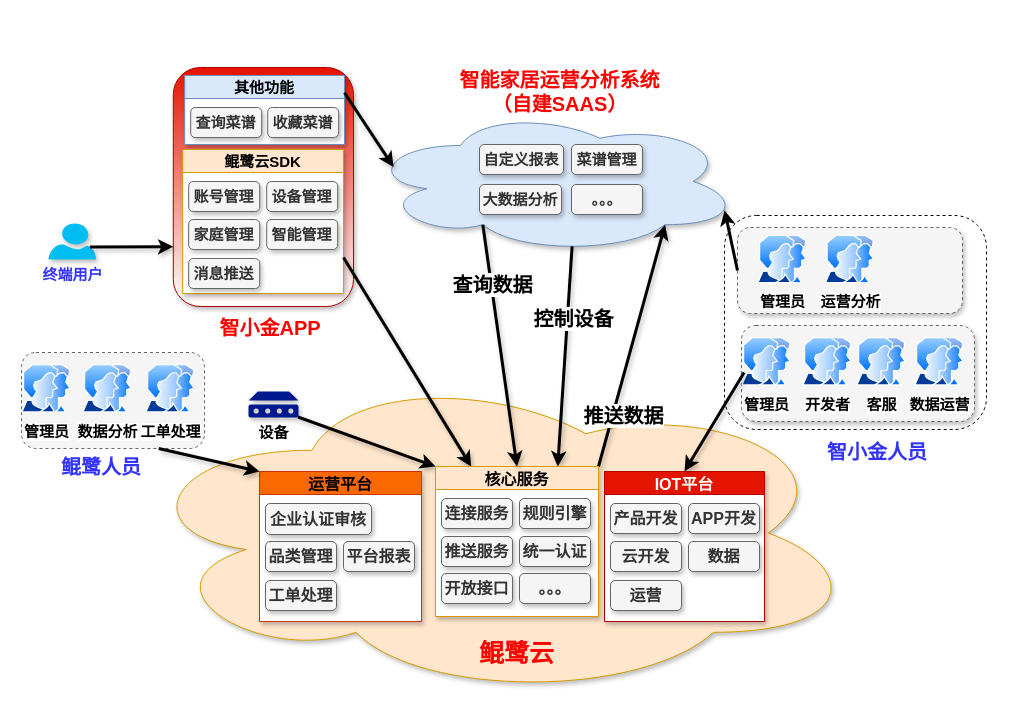
Before: all.drawio in jimmy0/chart, a draw.io diagram. Source tidied: cells renumbered, new cells numbered last; positions are measured from the earlier drawing's top-left corner, leaving out a move shared by most shapes. Both pictures are drawn from the tidied source at 100%, with x=0, y=0 at pixel (21, 67).
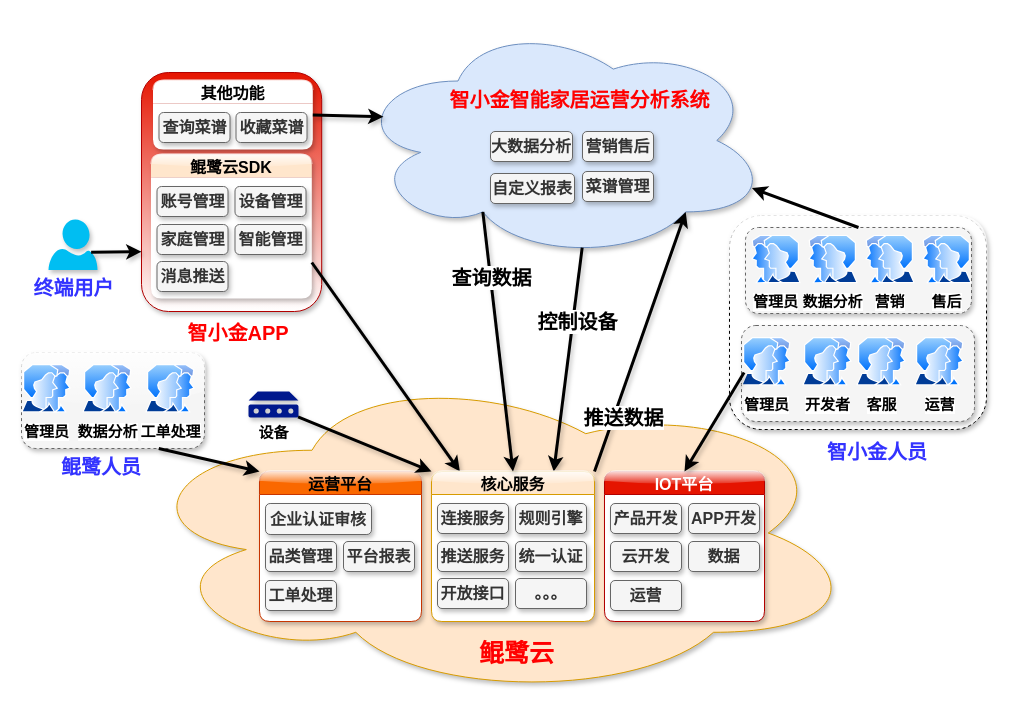
The same diagram, later.

What changed in the source:
```diff
@@
-    <mxCell id="2" style="rounded=1;whiteSpace=wrap;html=1;strokeWidth=1;dashed=1;fontSize=15;fontStyle=1;shadow=0;" parent="1" vertex="1">
-      <mxGeometry x="703" y="148" width="262" height="214" as="geometry" />
+    <mxCell id="2" style="rounded=1;whiteSpace=wrap;html=1;strokeWidth=1;dashed=1;fontSize=15;fontStyle=1;shadow=1;glass=1;" parent="1" vertex="1">
+      <mxGeometry x="708" y="148" width="257" height="214" as="geometry" />
     </mxCell>
@@
     <mxCell id="4" style="ellipse;shape=cloud;whiteSpace=wrap;html=1;rounded=1;glass=0;sketch=0;fontSize=27;fillColor=#dae8fc;strokeColor=#6c8ebf;shadow=1;fontStyle=1;" parent="1" vertex="1">
-      <mxGeometry x="346" y="42" width="372" height="144" as="geometry" />
+      <mxGeometry x="333" y="-46" width="414" height="238" as="geometry" />
     </mxCell>
     <mxCell id="5" value="智小金APP" style="text;html=1;strokeColor=none;fillColor=none;align=center;verticalAlign=middle;whiteSpace=wrap;rounded=0;shadow=1;fontSize=20;fontStyle=1;fontColor=#FF0000;" parent="1" vertex="1">
-      <mxGeometry x="180" y="250" width="138" height="20" as="geometry" />
+      <mxGeometry x="148.2" y="255" width="138" height="20" as="geometry" />
     </mxCell>
@@
     <mxCell id="8" style="rounded=1;whiteSpace=wrap;html=1;shadow=1;labelBackgroundColor=none;glass=0;sketch=0;fillColor=#e51400;strokeColor=#B20000;fontColor=#ffffff;gradientColor=#ffffff;fontSize=15;fontStyle=1;" parent="1" vertex="1">
-      <mxGeometry x="151.8" width="180.2" height="239" as="geometry" />
+      <mxGeometry x="120" y="5" width="180.2" height="239" as="geometry" />
     </mxCell>
-    <mxCell id="9" value="其他功能" style="swimlane;fontSize=15;fillColor=#dae8fc;strokeColor=#6c8ebf;swimlaneFillColor=#ffffff;fontStyle=1;shadow=1;" parent="1" vertex="1">
-      <mxGeometry x="163.2" y="8" width="159.8" height="69" as="geometry" />
+    <mxCell id="9" value="其他功能" style="swimlane;fontSize=16;swimlaneFillColor=#ffffff;fontStyle=1;shadow=1;rounded=1;strokeColor=none;glass=1;" parent="1" vertex="1">
+      <mxGeometry x="131.5" y="13" width="159.8" height="69" as="geometry" />
     </mxCell>
-    <mxCell id="10" value="查询菜谱" style="rounded=1;whiteSpace=wrap;html=1;fontSize=15;fontStyle=1;fillColor=#f5f5f5;strokeColor=#666666;fontColor=#333333;shadow=1;" parent="9" vertex="1">
+    <mxCell id="10" value="查询菜谱" style="rounded=1;whiteSpace=wrap;html=1;fontSize=16;fontStyle=1;fillColor=#f5f5f5;strokeColor=#666666;fontColor=#333333;shadow=1;" parent="9" vertex="1">
       <mxGeometry x="6" y="32" width="71" height="30" as="geometry" />
     </mxCell>
-    <mxCell id="11" value="收藏菜谱" style="rounded=1;whiteSpace=wrap;html=1;fontSize=15;fontStyle=1;fillColor=#f5f5f5;strokeColor=#666666;fontColor=#333333;shadow=1;" parent="9" vertex="1">
+    <mxCell id="11" value="收藏菜谱" style="rounded=1;whiteSpace=wrap;html=1;fontSize=16;fontStyle=1;fillColor=#f5f5f5;strokeColor=#666666;fontColor=#333333;shadow=1;" parent="9" vertex="1">
       <mxGeometry x="83" y="32" width="71" height="30" as="geometry" />
     </mxCell>
-    <mxCell id="12" value="鲲鹭云SDK" style="swimlane;fontSize=15;strokeColor=#d79b00;swimlaneFillColor=#ffffff;fillColor=#ffe6cc;fontStyle=1;shadow=1;" parent="1" vertex="1">
-      <mxGeometry x="161.2" y="82" width="160.8" height="144" as="geometry" />
+    <mxCell id="12" value="鲲鹭云SDK" style="swimlane;fontSize=16;swimlaneFillColor=#ffffff;fillColor=#ffe6cc;fontStyle=1;shadow=1;rounded=1;glass=1;sketch=0;strokeColor=none;" parent="1" vertex="1">
+      <mxGeometry x="129.5" y="87" width="160.8" height="144" as="geometry" />
     </mxCell>
-    <mxCell id="13" value="账号管理" style="rounded=1;whiteSpace=wrap;html=1;fontSize=15;fontStyle=1;fillColor=#f5f5f5;strokeColor=#666666;fontColor=#333333;shadow=1;" parent="12" vertex="1">
+    <mxCell id="13" value="账号管理" style="rounded=1;whiteSpace=wrap;html=1;fontSize=16;fontStyle=1;fillColor=#f5f5f5;strokeColor=#666666;fontColor=#333333;shadow=1;" parent="12" vertex="1">
       <mxGeometry x="6" y="32" width="71" height="30" as="geometry" />
     </mxCell>
-    <mxCell id="14" value="设备管理" style="rounded=1;whiteSpace=wrap;html=1;fontSize=15;fontStyle=1;fillColor=#f5f5f5;strokeColor=#666666;fontColor=#333333;shadow=1;" parent="12" vertex="1">
+    <mxCell id="14" value="设备管理" style="rounded=1;whiteSpace=wrap;html=1;fontSize=16;fontStyle=1;fillColor=#f5f5f5;strokeColor=#666666;fontColor=#333333;shadow=1;" parent="12" vertex="1">
       <mxGeometry x="84" y="32" width="71" height="30" as="geometry" />
     </mxCell>
-    <mxCell id="15" value="家庭管理" style="rounded=1;whiteSpace=wrap;html=1;fontSize=15;fontStyle=1;fillColor=#f5f5f5;strokeColor=#666666;fontColor=#333333;shadow=1;" parent="12" vertex="1">
+    <mxCell id="15" value="家庭管理" style="rounded=1;whiteSpace=wrap;html=1;fontSize=16;fontStyle=1;fillColor=#f5f5f5;strokeColor=#666666;fontColor=#333333;shadow=1;" parent="12" vertex="1">
       <mxGeometry x="6" y="70" width="71" height="30" as="geometry" />
     </mxCell>
-    <mxCell id="16" value="智能管理" style="rounded=1;whiteSpace=wrap;html=1;fontSize=15;fontStyle=1;fillColor=#f5f5f5;strokeColor=#666666;fontColor=#333333;shadow=1;" parent="12" vertex="1">
+    <mxCell id="16" value="智能管理" style="rounded=1;whiteSpace=wrap;html=1;fontSize=16;fontStyle=1;fillColor=#f5f5f5;strokeColor=#666666;fontColor=#333333;shadow=1;" parent="12" vertex="1">
       <mxGeometry x="84" y="70" width="71" height="30" as="geometry" />
     </mxCell>
-    <mxCell id="17" value="消息推送" style="rounded=1;whiteSpace=wrap;html=1;fontSize=15;fontStyle=1;fillColor=#f5f5f5;strokeColor=#666666;fontColor=#333333;shadow=1;" parent="12" vertex="1">
-      <mxGeometry x="6" y="109" width="71" height="30" as="geometry" />
+    <mxCell id="17" value="消息推送" style="rounded=1;whiteSpace=wrap;html=1;fontSize=16;fontStyle=1;fillColor=#f5f5f5;strokeColor=#666666;fontColor=#333333;shadow=1;" parent="12" vertex="1">
+      <mxGeometry x="6" y="107" width="71" height="30" as="geometry" />
     </mxCell>
@@
-    <mxCell id="21" value="终端用户" style="verticalLabelPosition=bottom;html=1;verticalAlign=top;align=center;strokeColor=none;fillColor=#00BEF2;shape=mxgraph.azure.user;fontSize=15;fontStyle=1;shadow=1;fontColor=#3333FF;" parent="1" vertex="1">
-      <mxGeometry x="27" y="156" width="47.5" height="36" as="geometry" />
+    <mxCell id="21" value="终端用户" style="verticalLabelPosition=bottom;html=1;verticalAlign=top;align=center;strokeColor=none;fillColor=#00BEF2;shape=mxgraph.azure.user;fontSize=20;fontStyle=1;shadow=1;fontColor=#3333FF;" parent="1" vertex="1">
+      <mxGeometry x="27" y="152" width="49" height="50.4" as="geometry" />
     </mxCell>
@@
-    <mxCell id="23" value="IOT平台" style="swimlane;fontSize=16;strokeColor=#B20000;swimlaneFillColor=#ffffff;fillColor=#e51400;fontColor=#ffffff;shadow=1;" parent="1" vertex="1">
+    <mxCell id="23" value="IOT平台" style="swimlane;fontSize=16;strokeColor=#B20000;swimlaneFillColor=#ffffff;fillColor=#e51400;fontColor=#ffffff;shadow=1;rounded=1;glass=1;" parent="1" vertex="1">
       <mxGeometry x="583" y="404" width="160" height="150" as="geometry" />
     </mxCell>
@@
-    <mxCell id="29" value="运营平台" style="swimlane;fontSize=16;strokeColor=#C73500;swimlaneFillColor=#ffffff;fillColor=#fa6800;fontColor=#000000;shadow=1;" parent="1" vertex="1">
+    <mxCell id="29" value="运营平台" style="swimlane;fontSize=16;strokeColor=#C73500;swimlaneFillColor=#ffffff;fillColor=#fa6800;fontColor=#000000;shadow=1;rounded=1;glass=1;" parent="1" vertex="1">
       <mxGeometry x="238" y="404" width="162" height="150" as="geometry" />
     </mxCell>
@@
-    <mxCell id="36" value="核心服务" style="swimlane;fontSize=16;strokeColor=#d79b00;swimlaneFillColor=#ffffff;fillColor=#ffe6cc;strokeWidth=1;shadow=1;" parent="1" vertex="1">
-      <mxGeometry x="414" y="399" width="163" height="150" as="geometry" />
+    <mxCell id="36" value="核心服务" style="swimlane;fontSize=16;strokeColor=#d79b00;swimlaneFillColor=#ffffff;fillColor=#ffe6cc;strokeWidth=1;shadow=1;rounded=1;glass=1;" parent="1" vertex="1">
+      <mxGeometry x="410" y="404" width="163" height="150" as="geometry" />
     </mxCell>
@@
-    <mxCell id="46" value="数据运营" style="perimeter=ellipsePerimeter;html=1;align=center;shadow=0;dashed=0;spacingTop=3;image;image=img/lib/active_directory/user_accounts.svg;strokeWidth=1;fontSize=15;fontStyle=1;" parent="1" vertex="1">
+    <mxCell id="46" value="运营" style="perimeter=ellipsePerimeter;html=1;align=center;shadow=0;dashed=0;spacingTop=3;image;image=img/lib/active_directory/user_accounts.svg;strokeWidth=1;fontSize=15;fontStyle=1;" parent="1" vertex="1">
       <mxGeometry x="893" y="270" width="50" height="48.5" as="geometry" />
     </mxCell>
@@
     <mxCell id="49" style="rounded=1;whiteSpace=wrap;html=1;strokeWidth=1;dashed=1;fillColor=#f5f5f5;strokeColor=#666666;fontColor=#333333;fontSize=15;fontStyle=1;shadow=1;" parent="1" vertex="1">
-      <mxGeometry x="716" y="160" width="225" height="86" as="geometry" />
+      <mxGeometry x="724" y="160" width="226" height="86" as="geometry" />
     </mxCell>
-    <mxCell id="50" value="管理员" style="perimeter=ellipsePerimeter;html=1;align=center;shadow=0;dashed=0;spacingTop=3;image;image=img/lib/active_directory/user_accounts.svg;strokeWidth=1;fontSize=15;fontStyle=1;" parent="1" vertex="1">
-      <mxGeometry x="736" y="167.8" width="50" height="48.5" as="geometry" />
+    <mxCell id="50" value="管理员" style="perimeter=ellipsePerimeter;html=1;align=center;shadow=0;dashed=0;spacingTop=3;image;image=img/lib/active_directory/user_accounts.svg;strokeWidth=1;fontSize=15;fontStyle=1;flipH=1;" parent="1" vertex="1">
+      <mxGeometry x="729" y="167.8" width="50" height="48.5" as="geometry" />
     </mxCell>
-    <mxCell id="51" style="rounded=1;whiteSpace=wrap;html=1;strokeWidth=1;dashed=1;fillColor=#f5f5f5;strokeColor=#666666;fontColor=#333333;fontSize=15;fontStyle=1;" parent="1" vertex="1">
+    <mxCell id="51" style="rounded=1;whiteSpace=wrap;html=1;strokeWidth=1;dashed=1;fillColor=#f5f5f5;strokeColor=#666666;fontColor=#333333;fontSize=15;fontStyle=1;shadow=1;glass=1;" parent="1" vertex="1">
       <mxGeometry y="285" width="183" height="96" as="geometry" />
     </mxCell>
@@
-    <mxCell id="60" style="rounded=0;jettySize=auto;html=1;entryX=0.96;entryY=0.7;entryDx=0;entryDy=0;entryPerimeter=0;strokeWidth=3;exitX=0;exitY=0.5;exitDx=0;exitDy=0;" parent="1" edge="1" source="49" target="4">
+    <mxCell id="60" style="rounded=0;jettySize=auto;html=1;entryX=0.96;entryY=0.7;entryDx=0;entryDy=0;entryPerimeter=0;strokeWidth=3;exitX=0.5;exitY=0;exitDx=0;exitDy=0;" parent="1" edge="1" source="49" target="4">
       <mxGeometry relative="1" as="geometry" />
     </mxCell>
-    <mxCell id="61" style="rounded=0;jettySize=auto;html=1;fontSize=17;strokeWidth=3;shadow=1;sketch=0;entryX=0.07;entryY=0.4;entryDx=0;entryDy=0;exitX=1;exitY=0.25;exitDx=0;exitDy=0;entryPerimeter=0;" parent="1" edge="1" source="9" target="4">
+    <mxCell id="61" style="rounded=0;jettySize=auto;html=1;fontSize=17;strokeWidth=3;shadow=1;sketch=0;entryX=0.07;entryY=0.4;entryDx=0;entryDy=0;exitX=1;exitY=0.5;exitDx=0;exitDy=0;entryPerimeter=0;" parent="1" edge="1" source="9" target="4">
       <mxGeometry relative="1" as="geometry" />
     </mxCell>
-    <mxCell id="62" value="菜谱管理" style="rounded=1;whiteSpace=wrap;html=1;fontSize=15;fontStyle=1;fillColor=#f5f5f5;strokeColor=#666666;fontColor=#333333;shadow=1;" parent="1" vertex="1">
-      <mxGeometry x="550" y="77" width="71" height="30" as="geometry" />
+    <mxCell id="62" value="营销售后" style="rounded=1;whiteSpace=wrap;html=1;fontSize=16;fontStyle=1;fillColor=#f5f5f5;strokeColor=#666666;fontColor=#333333;shadow=1;" parent="1" vertex="1">
+      <mxGeometry x="561" y="64" width="71" height="30" as="geometry" />
     </mxCell>
-    <mxCell id="63" value="自定义报表" style="rounded=1;whiteSpace=wrap;html=1;fontSize=15;fontStyle=1;fillColor=#f5f5f5;strokeColor=#666666;fontColor=#333333;shadow=1;" parent="1" vertex="1">
-      <mxGeometry x="458" y="77" width="84" height="30" as="geometry" />
+    <mxCell id="63" value="自定义报表" style="rounded=1;whiteSpace=wrap;html=1;fontSize=16;fontStyle=1;fillColor=#f5f5f5;strokeColor=#666666;fontColor=#333333;shadow=1;" parent="1" vertex="1">
+      <mxGeometry x="469" y="106" width="84" height="30" as="geometry" />
     </mxCell>
-    <mxCell id="64" value="大数据分析" style="rounded=1;whiteSpace=wrap;html=1;fontSize=15;fontStyle=1;fillColor=#f5f5f5;strokeColor=#666666;fontColor=#333333;shadow=1;" parent="1" vertex="1">
-      <mxGeometry x="458" y="117" width="82" height="30" as="geometry" />
+    <mxCell id="64" value="大数据分析" style="rounded=1;whiteSpace=wrap;html=1;fontSize=16;fontStyle=1;fillColor=#f5f5f5;strokeColor=#666666;fontColor=#333333;shadow=1;" parent="1" vertex="1">
+      <mxGeometry x="469" y="64" width="82" height="30" as="geometry" />
     </mxCell>
-    <mxCell id="65" value="。。。" style="rounded=1;whiteSpace=wrap;html=1;fontSize=15;fontStyle=1;fillColor=#f5f5f5;strokeColor=#666666;fontColor=#333333;shadow=1;" parent="1" vertex="1">
-      <mxGeometry x="550" y="117" width="71" height="30" as="geometry" />
+    <mxCell id="65" value="菜谱管理" style="rounded=1;whiteSpace=wrap;html=1;fontSize=16;fontStyle=1;fillColor=#f5f5f5;strokeColor=#666666;fontColor=#333333;shadow=1;" parent="1" vertex="1">
+      <mxGeometry x="561" y="104" width="71" height="30" as="geometry" />
     </mxCell>
-    <mxCell id="66" value="智能家居运营分析系统&lt;br style=&quot;font-size: 20px;&quot;&gt;（自建SAAS）" style="text;html=1;strokeColor=none;fillColor=none;align=center;verticalAlign=middle;whiteSpace=wrap;rounded=0;fontStyle=1;fontSize=20;fontColor=#FF0000;" parent="1" vertex="1">
-      <mxGeometry x="407" y="14" width="263" height="20" as="geometry" />
+    <mxCell id="66" value="智小金智能家居运营分析系统" style="text;html=1;strokeColor=none;fillColor=none;align=center;verticalAlign=middle;whiteSpace=wrap;rounded=0;fontStyle=1;fontSize=20;fontColor=#FF0000;" parent="1" vertex="1">
+      <mxGeometry x="427" y="22" width="263" height="20" as="geometry" />
     </mxCell>
@@
-    <mxCell id="68" value="运营分析" style="perimeter=ellipsePerimeter;html=1;align=center;shadow=0;dashed=0;spacingTop=3;image;image=img/lib/active_directory/user_accounts.svg;strokeWidth=1;fontSize=15;fontStyle=1;" parent="1" vertex="1">
-      <mxGeometry x="803.5" y="167.8" width="50" height="48.5" as="geometry" />
+    <mxCell id="68" value="数据分析" style="perimeter=ellipsePerimeter;html=1;align=center;shadow=0;dashed=0;spacingTop=3;image;image=img/lib/active_directory/user_accounts.svg;strokeWidth=1;fontSize=15;fontStyle=1;flipH=1;" parent="1" vertex="1">
+      <mxGeometry x="786" y="167.8" width="50" height="48.5" as="geometry" />
     </mxCell>
+    <mxCell id="69" value="营销" style="perimeter=ellipsePerimeter;html=1;align=center;shadow=0;dashed=0;spacingTop=3;image;image=img/lib/active_directory/user_accounts.svg;strokeWidth=1;fontSize=15;fontStyle=1;flipH=1;" parent="1" vertex="1">
+      <mxGeometry x="843" y="167.8" width="50" height="48.5" as="geometry" />
+    </mxCell>
+    <mxCell id="70" value="售后" style="perimeter=ellipsePerimeter;html=1;align=center;shadow=0;dashed=0;spacingTop=3;image;image=img/lib/active_directory/user_accounts.svg;strokeWidth=1;fontSize=15;fontStyle=1;flipH=1;" parent="1" vertex="1">
+      <mxGeometry x="900" y="167.8" width="50" height="48.5" as="geometry" />
+    </mxCell>
```
